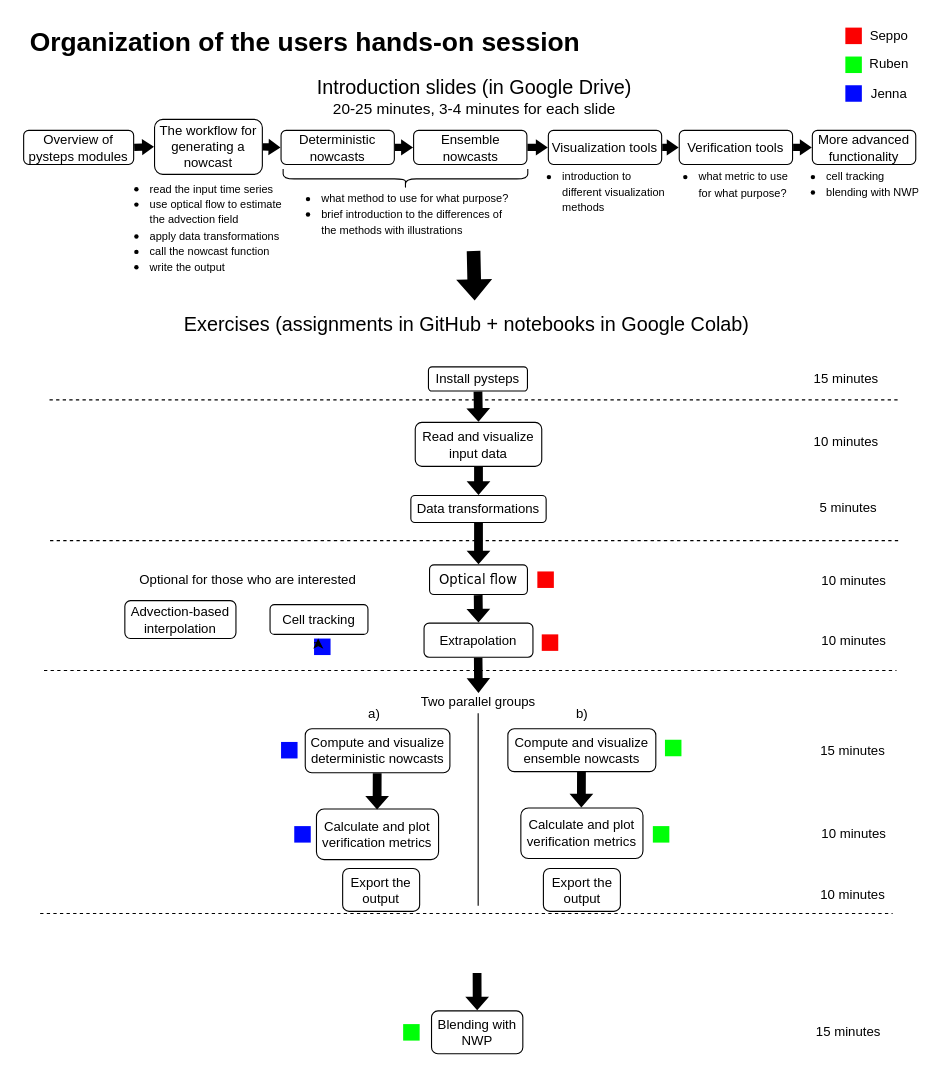
This is hands-on-session-users/session_overview.drawio from pySTEPS/ERAD-nowcasting-course-2022, a draw.io file, before an edit. Source tidied: cells renumbered, new cells numbered last; positions are measured from the earlier drawing's top-left corner, leaving out a move shared by most shapes. Both pictures are drawn from the tidied source at 110%, with x=0, y=0 at pixel (19, 19).
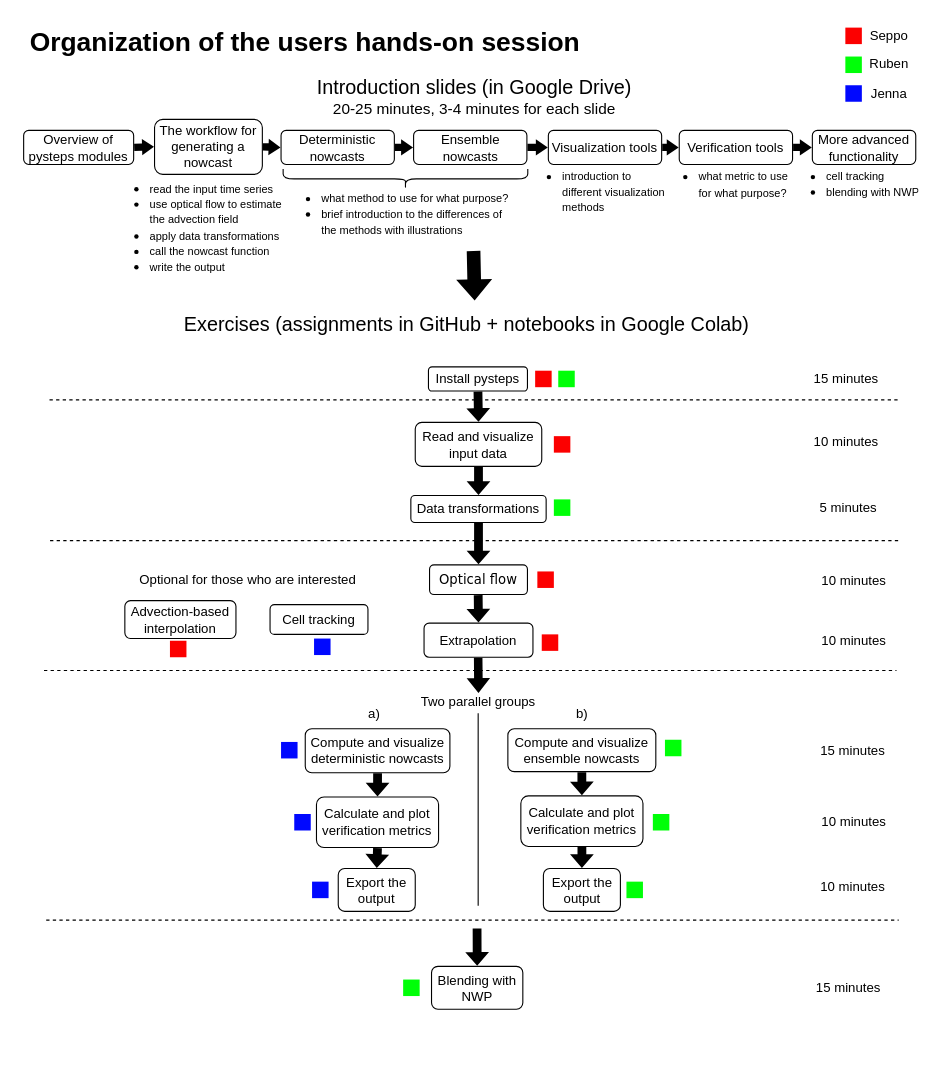
The same page after the edit.

Commit message:
Divide tasks between session organizers

The change refers to these unchanged cells:
```xml
<mxCell id="6" value="&lt;font face=&quot;Arial&quot;&gt;Compute and visualize deterministic nowcasts&lt;/font&gt;" style="rounded=1;whiteSpace=wrap;html=1;" parent="1" vertex="1">
  <mxGeometry x="260" y="645" width="131.5" height="40" as="geometry" />
</mxCell>
<mxCell id="7" value="&lt;font face=&quot;Arial&quot;&gt;Compute and visualize ensemble nowcasts&lt;/font&gt;" style="rounded=1;whiteSpace=wrap;html=1;" parent="1" vertex="1">
  <mxGeometry x="444.2" y="645" width="134.5" height="39" as="geometry" />
</mxCell>
<mxCell id="70" style="rounded=0;whiteSpace=wrap;html=1;fontFamily=Arial;fontSize=10;strokeColor=none;fillColor=#0008FF;" parent="1" vertex="1">
  <mxGeometry x="268" y="563" width="15" height="15" as="geometry" />
</mxCell>
<mxCell id="78" value="&lt;font face=&quot;Arial&quot;&gt;Export the output&lt;/font&gt;" style="rounded=1;whiteSpace=wrap;html=1;" parent="1" vertex="1">
  <mxGeometry x="476.5" y="772" width="70" height="39" as="geometry" />
</mxCell>
```

What changed in the source:
```diff
@@
     <mxCell id="8" value="&lt;font face=&quot;Arial&quot;&gt;Blending with NWP&lt;/font&gt;" style="rounded=1;whiteSpace=wrap;html=1;" parent="1" vertex="1">
-      <mxGeometry x="374.8" y="901.5" width="83" height="39" as="geometry" />
+      <mxGeometry x="374.8" y="861" width="83" height="39" as="geometry" />
     </mxCell>
@@
     <mxCell id="14" value="&lt;font face=&quot;Arial&quot;&gt;Calculate and plot verification metrics&lt;br&gt;&lt;/font&gt;" style="rounded=1;whiteSpace=wrap;html=1;" parent="1" vertex="1">
-      <mxGeometry x="270.2" y="718" width="111" height="46" as="geometry" />
+      <mxGeometry x="270.2" y="707" width="111" height="46" as="geometry" />
     </mxCell>
@@
     <mxCell id="16" value="&lt;font face=&quot;Arial&quot;&gt;Calculate and plot verification metrics&lt;br&gt;&lt;/font&gt;" style="rounded=1;whiteSpace=wrap;html=1;" parent="1" vertex="1">
-      <mxGeometry x="456" y="717" width="111" height="46" as="geometry" />
+      <mxGeometry x="456" y="706" width="111" height="46" as="geometry" />
     </mxCell>
@@
     <mxCell id="21" style="endArrow=none;html=1;rounded=0;fontFamily=Times New Roman;fontSize=18;dashed=1;" parent="1" edge="1">
       <mxGeometry relative="1" as="geometry">
-        <mxPoint x="19" y="813" as="sourcePoint" />
-        <mxPoint x="794" y="813" as="targetPoint" />
+        <mxPoint x="24.5" y="819" as="sourcePoint" />
+        <mxPoint x="799.5" y="819" as="targetPoint" />
       </mxGeometry>
     </mxCell>
-    <mxCell id="22" style="shape=flexArrow;endArrow=classic;html=1;rounded=0;fontFamily=Times New Roman;fontSize=18;fillColor=#000000;strokeColor=none;width=8;endSize=3.8114285714285714;endWidth=12.571428571428571;" parent="1" edge="1">
-      <mxGeometry relative="1" as="geometry">
-        <mxPoint x="511.1" y="683" as="sourcePoint" />
-        <mxPoint x="511" y="717" as="targetPoint" />
-      </mxGeometry>
+    <mxCell id="22" style="shape=flexArrow;endArrow=classic;html=1;rounded=0;fontFamily=Times New Roman;fontSize=18;fillColor=#000000;strokeColor=none;width=8;endSize=3.8114285714285714;endWidth=12.571428571428571;exitX=0.5;exitY=1;exitDx=0;exitDy=0;entryX=0.5;entryY=0;entryDx=0;entryDy=0;" parent="1" edge="1" source="7" target="16">
+      <mxGeometry relative="1" as="geometry" />
     </mxCell>
-    <mxCell id="23" style="shape=flexArrow;endArrow=classic;html=1;rounded=0;fontFamily=Times New Roman;fontSize=18;fillColor=#000000;strokeColor=none;width=8;endSize=3.8114285714285714;endWidth=12.571428571428571;" parent="1" edge="1">
-      <mxGeometry relative="1" as="geometry">
-        <mxPoint x="325.4" y="685" as="sourcePoint" />
-        <mxPoint x="325.3" y="719" as="targetPoint" />
-      </mxGeometry>
+    <mxCell id="23" style="shape=flexArrow;endArrow=classic;html=1;rounded=0;fontFamily=Times New Roman;fontSize=18;fillColor=#000000;strokeColor=none;width=8;endSize=3.8114285714285714;endWidth=12.571428571428571;entryX=0.5;entryY=0;entryDx=0;entryDy=0;exitX=0.5;exitY=1;exitDx=0;exitDy=0;" parent="1" edge="1" source="6" target="14">
+      <mxGeometry relative="1" as="geometry" />
     </mxCell>
@@
     <mxCell id="34" style="shape=flexArrow;endArrow=classic;html=1;rounded=0;fontFamily=Times New Roman;fontSize=18;fillColor=#000000;strokeColor=none;width=8;endSize=3.8114285714285714;endWidth=12.571428571428571;exitX=0.5;exitY=1;exitDx=0;exitDy=0;entryX=0.5;entryY=0;entryDx=0;entryDy=0;" parent="1" edge="1" target="8">
       <mxGeometry relative="1" as="geometry">
-        <mxPoint x="416.2" y="866.5" as="sourcePoint" />
+        <mxPoint x="416.2" y="826" as="sourcePoint" />
       </mxGeometry>
     </mxCell>
@@
     <mxCell id="50" value="&lt;font style=&quot;font-size: 12px;&quot; face=&quot;Arial&quot;&gt;10 minutes&lt;/font&gt;" style="text;html=1;strokeColor=none;fillColor=none;align=center;verticalAlign=middle;whiteSpace=wrap;rounded=0;fontFamily=Times New Roman;fontSize=10;" parent="1" vertex="1">
-      <mxGeometry x="717.5" y="727.5" width="82" height="27" as="geometry" />
+      <mxGeometry x="717.5" y="716.5" width="82" height="27" as="geometry" />
     </mxCell>
     <mxCell id="51" value="&lt;font style=&quot;font-size: 12px;&quot; face=&quot;Arial&quot;&gt;10 minutes&lt;/font&gt;" style="text;html=1;strokeColor=none;fillColor=none;align=center;verticalAlign=middle;whiteSpace=wrap;rounded=0;fontFamily=Times New Roman;fontSize=10;" parent="1" vertex="1">
-      <mxGeometry x="717.2" y="782" width="82" height="27" as="geometry" />
+      <mxGeometry x="717.2" y="775" width="82" height="27" as="geometry" />
     </mxCell>
     <mxCell id="52" value="&lt;font style=&quot;font-size: 12px;&quot; face=&quot;Arial&quot;&gt;15 minutes&lt;/font&gt;" style="text;html=1;strokeColor=none;fillColor=none;align=center;verticalAlign=middle;whiteSpace=wrap;rounded=0;fontFamily=Times New Roman;fontSize=10;" parent="1" vertex="1">
-      <mxGeometry x="713" y="907.5" width="82" height="27" as="geometry" />
+      <mxGeometry x="713" y="867" width="82" height="27" as="geometry" />
     </mxCell>
@@
     <mxCell id="64" style="rounded=0;whiteSpace=wrap;html=1;fontFamily=Arial;fontSize=10;strokeColor=none;fillColor=#00FF08;" parent="1" vertex="1">
-      <mxGeometry x="349" y="913.5" width="15" height="15" as="geometry" />
+      <mxGeometry x="349" y="873" width="15" height="15" as="geometry" />
     </mxCell>
@@
-    <mxCell id="71" style="edgeStyle=orthogonalEdgeStyle;rounded=0;orthogonalLoop=1;jettySize=auto;html=1;exitX=0;exitY=0.25;exitDx=0;exitDy=0;entryX=0.25;entryY=0;entryDx=0;entryDy=0;" parent="1" edge="1" source="70" target="70">
-      <mxGeometry relative="1" as="geometry" />
-    </mxCell>
     <mxCell id="72" style="rounded=0;whiteSpace=wrap;html=1;fontFamily=Arial;fontSize=10;strokeColor=none;fillColor=#0008FF;" parent="1" vertex="1">
-      <mxGeometry x="250" y="733.5" width="15" height="15" as="geometry" />
+      <mxGeometry x="250" y="722.5" width="15" height="15" as="geometry" />
     </mxCell>
@@
     <mxCell id="75" style="rounded=0;whiteSpace=wrap;html=1;fontFamily=Arial;fontSize=10;strokeColor=none;fillColor=#00FF08;" parent="1" vertex="1">
-      <mxGeometry x="576" y="733.5" width="15" height="15" as="geometry" />
+      <mxGeometry x="576" y="722.5" width="15" height="15" as="geometry" />
     </mxCell>
@@
     <mxCell id="79" value="&lt;font face=&quot;Arial&quot;&gt;Export the output&lt;/font&gt;" style="rounded=1;whiteSpace=wrap;html=1;" parent="1" vertex="1">
-      <mxGeometry x="294" y="772" width="70" height="39" as="geometry" />
+      <mxGeometry x="290" y="772" width="70" height="39" as="geometry" />
     </mxCell>
+    <mxCell id="80" style="rounded=0;whiteSpace=wrap;html=1;fontFamily=Arial;fontSize=10;strokeColor=none;fillColor=#FC0000;" parent="1" vertex="1">
+      <mxGeometry x="486" y="379" width="15" height="15" as="geometry" />
+    </mxCell>
+    <mxCell id="81" style="rounded=0;whiteSpace=wrap;html=1;fontFamily=Arial;fontSize=10;strokeColor=none;fillColor=#FC0000;" parent="1" vertex="1">
+      <mxGeometry x="137" y="565" width="15" height="15" as="geometry" />
+    </mxCell>
+    <mxCell id="82" style="rounded=0;whiteSpace=wrap;html=1;fontFamily=Arial;fontSize=10;strokeColor=none;fillColor=#0008FF;" parent="1" vertex="1">
+      <mxGeometry x="266.2" y="784" width="15" height="15" as="geometry" />
+    </mxCell>
+    <mxCell id="83" style="rounded=0;whiteSpace=wrap;html=1;fontFamily=Arial;fontSize=10;strokeColor=none;fillColor=#00FF08;" parent="1" vertex="1">
+      <mxGeometry x="552" y="784" width="15" height="15" as="geometry" />
+    </mxCell>
+    <mxCell id="84" style="shape=flexArrow;endArrow=classic;html=1;rounded=0;fontFamily=Times New Roman;fontSize=18;fillColor=#000000;strokeColor=none;width=8;endSize=3.8114285714285714;endWidth=12.571428571428571;exitX=0.5;exitY=1;exitDx=0;exitDy=0;entryX=0.5;entryY=0;entryDx=0;entryDy=0;" parent="1" edge="1" source="16" target="78">
+      <mxGeometry relative="1" as="geometry" />
+    </mxCell>
+    <mxCell id="85" style="shape=flexArrow;endArrow=classic;html=1;rounded=0;fontFamily=Times New Roman;fontSize=18;fillColor=#000000;strokeColor=none;width=8;endSize=3.8114285714285714;endWidth=12.571428571428571;exitX=0.5;exitY=1;exitDx=0;exitDy=0;entryX=0.5;entryY=0;entryDx=0;entryDy=0;" parent="1" edge="1" source="14" target="79">
+      <mxGeometry relative="1" as="geometry" />
+    </mxCell>
+    <mxCell id="86" style="rounded=0;whiteSpace=wrap;html=1;fontFamily=Arial;fontSize=10;strokeColor=none;fillColor=#00FF08;" parent="1" vertex="1">
+      <mxGeometry x="486" y="436.5" width="15" height="15" as="geometry" />
+    </mxCell>
+    <mxCell id="87" style="rounded=0;whiteSpace=wrap;html=1;fontFamily=Arial;fontSize=10;strokeColor=none;fillColor=#FC0000;" parent="1" vertex="1">
+      <mxGeometry x="469" y="319.5" width="15" height="15" as="geometry" />
+    </mxCell>
+    <mxCell id="88" style="rounded=0;whiteSpace=wrap;html=1;fontFamily=Arial;fontSize=10;strokeColor=none;fillColor=#00FF08;" parent="1" vertex="1">
+      <mxGeometry x="490" y="319.5" width="15" height="15" as="geometry" />
+    </mxCell>
```
